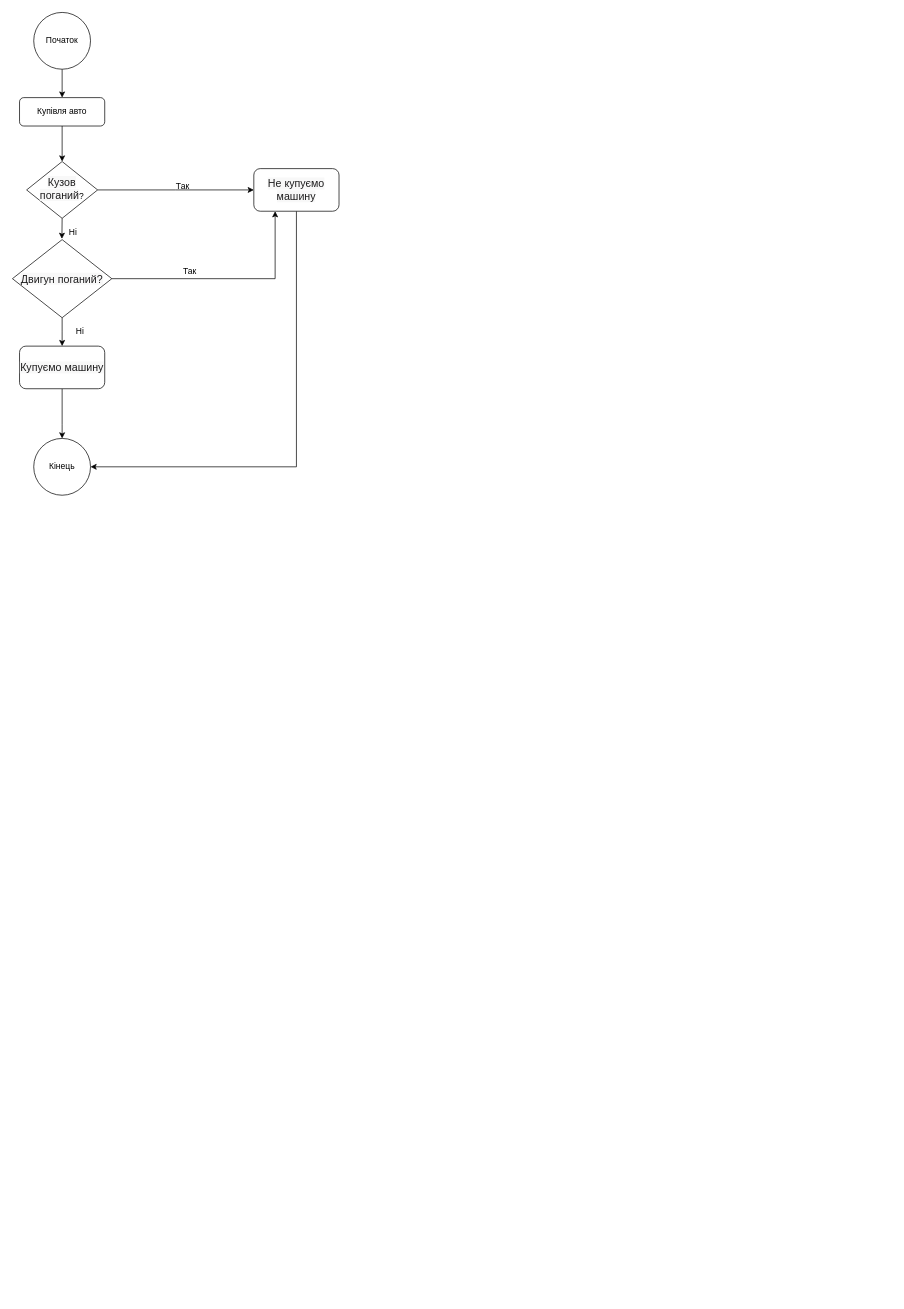
Above: lesson4/lesson4.drawio in lukianenkovitalii/intelistart (draw.io), before the change. Source tidied: cells renumbered, new cells numbered last; positions are measured from the earlier drawing's top-left corner, leaving out a move shared by most shapes. Both pictures are drawn from the tidied source at 71%, with x=0, y=0 at pixel (12, 12).
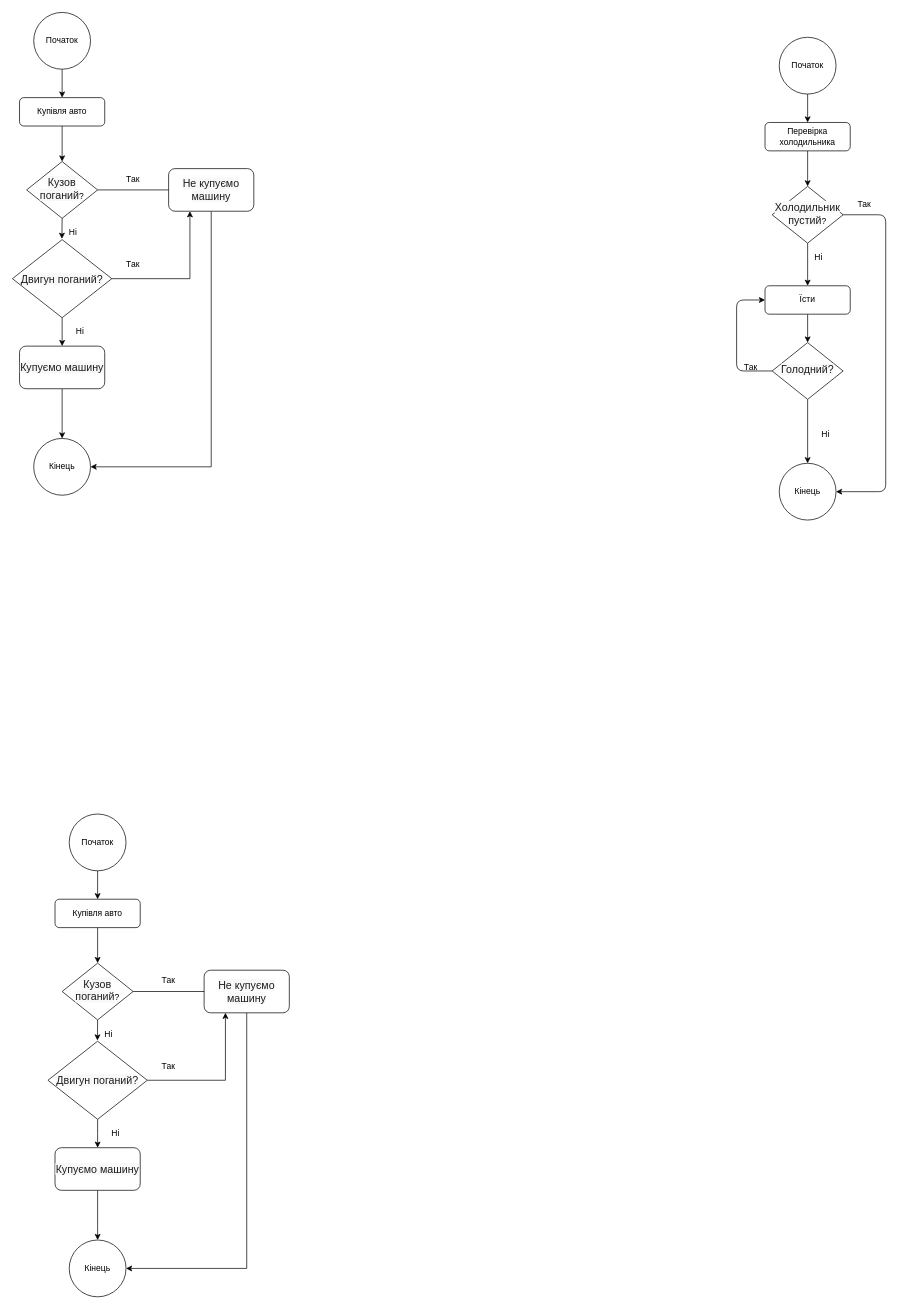
The same diagram, later.

The change refers to these unchanged cells:
```xml
<mxCell id="6" value="&lt;span style=&quot;color: rgb(29, 28, 29); font-family: Slack-Lato, Slack-Fractions, appleLogo, sans-serif; font-size: 15px; font-variant-ligatures: common-ligatures; text-align: left; background-color: rgb(248, 248, 248);&quot;&gt;Кузов поганий&lt;/span&gt;?" style="rhombus;whiteSpace=wrap;html=1;shadow=0;fontFamily=Helvetica;fontSize=12;align=center;strokeWidth=1;spacing=6;spacingTop=-4;" parent="1" vertex="1">
  <mxGeometry x="20" y="210" width="100" height="80" as="geometry" />
</mxCell>
<mxCell id="10" value="Кінець" style="ellipse;whiteSpace=wrap;html=1;" parent="1" vertex="1">
  <mxGeometry x="30" y="600" width="80" height="80" as="geometry" />
</mxCell>
```

Change to the diagram source:
```diff
@@
-    <mxCell id="4" style="edgeStyle=orthogonalEdgeStyle;rounded=0;jettySize=auto;html=1;exitX=1;exitY=0.5;exitDx=0;exitDy=0;" parent="1" edge="1" source="6">
+    <mxCell id="4" style="edgeStyle=orthogonalEdgeStyle;rounded=0;jettySize=auto;html=1;exitX=1;exitY=0.5;exitDx=0;exitDy=0;startArrow=none;" parent="1" edge="1" source="9">
       <mxGeometry relative="1" as="geometry">
         <mxPoint x="340" y="250" as="targetPoint" />
       </mxGeometry>
     </mxCell>
@@
     <mxCell id="7" value="Так" style="text;html=1;strokeColor=none;fillColor=none;align=center;verticalAlign=middle;whiteSpace=wrap;rounded=0;" parent="1" vertex="1">
-      <mxGeometry x="210" y="230" width="60" height="30" as="geometry" />
+      <mxGeometry x="140" y="220" width="60" height="30" as="geometry" />
     </mxCell>
     <mxCell id="8" style="edgeStyle=orthogonalEdgeStyle;rounded=0;jettySize=auto;html=1;exitX=0.5;exitY=1;exitDx=0;exitDy=0;" parent="1" edge="1" source="9" target="10">
       <mxGeometry relative="1" as="geometry">
         <Array as="points">
-          <mxPoint x="400" y="640" />
+          <mxPoint x="280" y="640" />
         </Array>
       </mxGeometry>
     </mxCell>
-    <mxCell id="9" value="&lt;span style=&quot;color: rgb(29, 28, 29); font-family: Slack-Lato, Slack-Fractions, appleLogo, sans-serif; font-size: 15px; font-variant-ligatures: common-ligatures; text-align: left; background-color: rgb(248, 248, 248);&quot;&gt;Не купуємо машину&lt;/span&gt;" style="rounded=1;whiteSpace=wrap;html=1;" parent="1" vertex="1">
-      <mxGeometry x="340" y="220" width="120" height="60" as="geometry" />
-    </mxCell>
@@
     <mxCell id="15" value="Так" style="text;html=1;strokeColor=none;fillColor=none;align=center;verticalAlign=middle;whiteSpace=wrap;rounded=0;" parent="1" vertex="1">
-      <mxGeometry x="220" y="350" width="60" height="30" as="geometry" />
+      <mxGeometry x="140" y="340" width="60" height="30" as="geometry" />
     </mxCell>
@@
+    <mxCell id="21" style="edgeStyle=orthogonalEdgeStyle;rounded=0;jettySize=auto;html=1;exitX=0.5;exitY=1;exitDx=0;exitDy=0;entryX=0.5;entryY=0;entryDx=0;entryDy=0;" parent="1" edge="1" source="22" target="25">
+      <mxGeometry relative="1" as="geometry" />
+    </mxCell>
+    <mxCell id="22" value="Перевірка холодильника" style="rounded=1;whiteSpace=wrap;html=1;fontSize=12;glass=0;strokeWidth=1;shadow=0;" parent="1" vertex="1">
+      <mxGeometry x="1060" y="155" width="120" height="40" as="geometry" />
+    </mxCell>
+    <mxCell id="23" style="edgeStyle=orthogonalEdgeStyle;rounded=0;jettySize=auto;html=1;exitX=0.5;exitY=1;exitDx=0;exitDy=0;entryX=0.5;entryY=0;entryDx=0;entryDy=0;" parent="1" edge="1" source="25" target="32">
+      <mxGeometry relative="1" as="geometry" />
+    </mxCell>
+    <mxCell id="24" style="edgeStyle=orthogonalEdgeStyle;html=1;fontSize=12;entryX=1;entryY=0.5;entryDx=0;entryDy=0;" parent="1" edge="1" source="25" target="27">
+      <mxGeometry relative="1" as="geometry">
+        <Array as="points">
+          <mxPoint x="1230" y="285" />
+          <mxPoint x="1230" y="675" />
+        </Array>
+      </mxGeometry>
+    </mxCell>
+    <mxCell id="25" value="&lt;span style=&quot;color: rgb(29 , 28 , 29) ; font-family: , , &amp;#34;applelogo&amp;#34; , sans-serif ; font-size: 15px ; text-align: left ; background-color: rgb(248 , 248 , 248)&quot;&gt;Холодильник пустий&lt;/span&gt;?" style="rhombus;whiteSpace=wrap;html=1;shadow=0;fontFamily=Helvetica;fontSize=12;align=center;strokeWidth=1;spacing=6;spacingTop=-4;" parent="1" vertex="1">
+      <mxGeometry x="1070" y="245" width="100" height="80" as="geometry" />
+    </mxCell>
+    <mxCell id="26" value="Так" style="text;html=1;strokeColor=none;fillColor=none;align=center;verticalAlign=middle;whiteSpace=wrap;rounded=0;" parent="1" vertex="1">
+      <mxGeometry x="1170" y="255" width="60" height="30" as="geometry" />
+    </mxCell>
+    <mxCell id="27" value="Кінець" style="ellipse;whiteSpace=wrap;html=1;" parent="1" vertex="1">
+      <mxGeometry x="1080" y="635" width="80" height="80" as="geometry" />
+    </mxCell>
+    <mxCell id="28" value="Ні" style="text;html=1;align=center;verticalAlign=middle;fillColor=none;strokeColor=none;rounded=0;" parent="1" vertex="1">
+      <mxGeometry x="1120" y="335" width="30" height="20" as="geometry" />
+    </mxCell>
+    <mxCell id="29" style="edgeStyle=orthogonalEdgeStyle;rounded=0;jettySize=auto;html=1;entryX=0.5;entryY=0;entryDx=0;entryDy=0;" parent="1" edge="1" source="30" target="22">
+      <mxGeometry relative="1" as="geometry" />
+    </mxCell>
+    <mxCell id="30" value="Початок" style="ellipse;whiteSpace=wrap;html=1;" parent="1" vertex="1">
+      <mxGeometry x="1080" y="35" width="80" height="80" as="geometry" />
+    </mxCell>
+    <mxCell id="31" style="edgeStyle=orthogonalEdgeStyle;html=1;entryX=0.5;entryY=0;entryDx=0;entryDy=0;fontSize=12;" parent="1" edge="1" source="32" target="35">
+      <mxGeometry relative="1" as="geometry" />
+    </mxCell>
+    <mxCell id="32" value="Їсти" style="rounded=1;whiteSpace=wrap;html=1;fontSize=12;glass=0;strokeWidth=1;shadow=0;" parent="1" vertex="1">
+      <mxGeometry x="1060" y="385" width="120" height="40" as="geometry" />
+    </mxCell>
+    <mxCell id="33" style="edgeStyle=orthogonalEdgeStyle;html=1;exitX=0;exitY=0.5;exitDx=0;exitDy=0;fontSize=12;entryX=0;entryY=0.5;entryDx=0;entryDy=0;" parent="1" edge="1" source="35" target="32">
+      <mxGeometry relative="1" as="geometry">
+        <Array as="points">
+          <mxPoint x="1020" y="505" />
+          <mxPoint x="1020" y="405" />
+        </Array>
+      </mxGeometry>
+    </mxCell>
+    <mxCell id="34" style="edgeStyle=orthogonalEdgeStyle;html=1;entryX=0.5;entryY=0;entryDx=0;entryDy=0;fontSize=12;" parent="1" edge="1" source="35" target="27">
+      <mxGeometry relative="1" as="geometry" />
+    </mxCell>
+    <mxCell id="35" value="&lt;div style=&quot;text-align: left&quot;&gt;&lt;font color=&quot;#1d1c1d&quot;&gt;&lt;span style=&quot;font-size: 15px ; background-color: rgb(248 , 248 , 248)&quot;&gt;Голодний?&lt;/span&gt;&lt;/font&gt;&lt;/div&gt;" style="rhombus;whiteSpace=wrap;html=1;shadow=0;fontFamily=Helvetica;fontSize=12;align=center;strokeWidth=1;spacing=6;spacingTop=-4;" parent="1" vertex="1">
+      <mxGeometry x="1070" y="465" width="100" height="80" as="geometry" />
+    </mxCell>
+    <mxCell id="36" value="Ні" style="text;html=1;align=center;verticalAlign=middle;fillColor=none;strokeColor=none;rounded=0;" parent="1" vertex="1">
+      <mxGeometry x="1130" y="585" width="30" height="20" as="geometry" />
+    </mxCell>
+    <mxCell id="37" value="Так" style="text;html=1;strokeColor=none;fillColor=none;align=center;verticalAlign=middle;whiteSpace=wrap;rounded=0;" parent="1" vertex="1">
+      <mxGeometry x="1010" y="485" width="60" height="30" as="geometry" />
+    </mxCell>
+    <mxCell id="9" value="&lt;span style=&quot;color: rgb(29, 28, 29); font-family: Slack-Lato, Slack-Fractions, appleLogo, sans-serif; font-size: 15px; font-variant-ligatures: common-ligatures; text-align: left; background-color: rgb(248, 248, 248);&quot;&gt;Не купуємо машину&lt;/span&gt;" style="rounded=1;whiteSpace=wrap;html=1;" parent="1" vertex="1">
+      <mxGeometry x="220" y="220" width="120" height="60" as="geometry" />
+    </mxCell>
+    <mxCell id="38" style="edgeStyle=orthogonalEdgeStyle;rounded=0;jettySize=auto;html=1;exitX=1;exitY=0.5;exitDx=0;exitDy=0;endArrow=none;" parent="1" edge="1" source="6" target="9">
+      <mxGeometry relative="1" as="geometry" />
+    </mxCell>
+    <mxCell id="39" style="edgeStyle=orthogonalEdgeStyle;rounded=0;jettySize=auto;html=1;exitX=0.5;exitY=1;exitDx=0;exitDy=0;entryX=0.5;entryY=0;entryDx=0;entryDy=0;" parent="1" edge="1" source="40" target="43">
+      <mxGeometry relative="1" as="geometry" />
+    </mxCell>
+    <mxCell id="40" value="Купівля авто" style="rounded=1;whiteSpace=wrap;html=1;fontSize=12;glass=0;strokeWidth=1;shadow=0;" parent="1" vertex="1">
+      <mxGeometry x="60" y="1249" width="120" height="40" as="geometry" />
+    </mxCell>
+    <mxCell id="41" style="edgeStyle=orthogonalEdgeStyle;rounded=0;jettySize=auto;html=1;exitX=1;exitY=0.5;exitDx=0;exitDy=0;startArrow=none;" parent="1" edge="1" source="57">
+      <mxGeometry relative="1" as="geometry">
+        <mxPoint x="390" y="1379" as="targetPoint" />
+      </mxGeometry>
+    </mxCell>
+    <mxCell id="42" style="edgeStyle=orthogonalEdgeStyle;rounded=0;jettySize=auto;html=1;exitX=0.5;exitY=1;exitDx=0;exitDy=0;entryX=-0.01;entryY=0.946;entryDx=0;entryDy=0;entryPerimeter=0;" parent="1" edge="1" source="43" target="50">
+      <mxGeometry relative="1" as="geometry" />
+    </mxCell>
+    <mxCell id="43" value="&lt;span style=&quot;color: rgb(29, 28, 29); font-family: Slack-Lato, Slack-Fractions, appleLogo, sans-serif; font-size: 15px; font-variant-ligatures: common-ligatures; text-align: left; background-color: rgb(248, 248, 248);&quot;&gt;Кузов поганий&lt;/span&gt;?" style="rhombus;whiteSpace=wrap;html=1;shadow=0;fontFamily=Helvetica;fontSize=12;align=center;strokeWidth=1;spacing=6;spacingTop=-4;" parent="1" vertex="1">
+      <mxGeometry x="70" y="1339" width="100" height="80" as="geometry" />
+    </mxCell>
+    <mxCell id="44" value="Так" style="text;html=1;strokeColor=none;fillColor=none;align=center;verticalAlign=middle;whiteSpace=wrap;rounded=0;" parent="1" vertex="1">
+      <mxGeometry x="190" y="1349" width="60" height="30" as="geometry" />
+    </mxCell>
+    <mxCell id="45" style="edgeStyle=orthogonalEdgeStyle;rounded=0;jettySize=auto;html=1;exitX=0.5;exitY=1;exitDx=0;exitDy=0;" parent="1" edge="1" source="57" target="46">
+      <mxGeometry relative="1" as="geometry">
+        <Array as="points">
+          <mxPoint x="330" y="1769" />
+        </Array>
+      </mxGeometry>
+    </mxCell>
+    <mxCell id="46" value="Кінець" style="ellipse;whiteSpace=wrap;html=1;" parent="1" vertex="1">
+      <mxGeometry x="80" y="1729" width="80" height="80" as="geometry" />
+    </mxCell>
+    <mxCell id="47" style="edgeStyle=orthogonalEdgeStyle;rounded=0;jettySize=auto;html=1;exitX=1;exitY=0.5;exitDx=0;exitDy=0;entryX=0.25;entryY=1;entryDx=0;entryDy=0;" parent="1" edge="1" source="49" target="57">
+      <mxGeometry relative="1" as="geometry" />
+    </mxCell>
+    <mxCell id="48" style="edgeStyle=orthogonalEdgeStyle;rounded=0;jettySize=auto;html=1;" parent="1" edge="1" source="49">
+      <mxGeometry relative="1" as="geometry">
+        <mxPoint x="120" y="1599" as="targetPoint" />
+      </mxGeometry>
+    </mxCell>
+    <mxCell id="49" value="&lt;span style=&quot;color: rgb(29, 28, 29); font-family: Slack-Lato, Slack-Fractions, appleLogo, sans-serif; font-size: 15px; font-variant-ligatures: common-ligatures; text-align: left; background-color: rgb(248, 248, 248);&quot;&gt;Двигун поганий?&lt;/span&gt;" style="rhombus;whiteSpace=wrap;html=1;" parent="1" vertex="1">
+      <mxGeometry x="50" y="1449" width="140" height="110" as="geometry" />
+    </mxCell>
+    <mxCell id="50" value="Ні" style="text;html=1;align=center;verticalAlign=middle;points=[];fillColor=none;strokeColor=none;rounded=0;" parent="1" vertex="1">
+      <mxGeometry x="120" y="1429" width="30" height="20" as="geometry" />
+    </mxCell>
+    <mxCell id="51" value="Так" style="text;html=1;strokeColor=none;fillColor=none;align=center;verticalAlign=middle;whiteSpace=wrap;rounded=0;" parent="1" vertex="1">
+      <mxGeometry x="190" y="1469" width="60" height="30" as="geometry" />
+    </mxCell>
+    <mxCell id="52" style="edgeStyle=orthogonalEdgeStyle;rounded=0;jettySize=auto;html=1;exitX=0.5;exitY=1;exitDx=0;exitDy=0;entryX=0.5;entryY=0;entryDx=0;entryDy=0;" parent="1" edge="1" source="53" target="46">
+      <mxGeometry relative="1" as="geometry">
+        <Array as="points">
+          <mxPoint x="120" y="1709" />
+          <mxPoint x="120" y="1709" />
+        </Array>
+      </mxGeometry>
+    </mxCell>
+    <mxCell id="53" value="&lt;span style=&quot;color: rgb(29, 28, 29); font-family: Slack-Lato, Slack-Fractions, appleLogo, sans-serif; font-size: 15px; font-variant-ligatures: common-ligatures; text-align: left; background-color: rgb(248, 248, 248);&quot;&gt;Купуємо машину&lt;/span&gt;" style="rounded=1;whiteSpace=wrap;html=1;" parent="1" vertex="1">
+      <mxGeometry x="60" y="1599" width="120" height="60" as="geometry" />
+    </mxCell>
+    <mxCell id="54" style="edgeStyle=orthogonalEdgeStyle;rounded=0;jettySize=auto;html=1;entryX=0.5;entryY=0;entryDx=0;entryDy=0;" parent="1" edge="1" source="55" target="40">
+      <mxGeometry relative="1" as="geometry" />
+    </mxCell>
+    <mxCell id="55" value="Початок" style="ellipse;whiteSpace=wrap;html=1;" parent="1" vertex="1">
+      <mxGeometry x="80" y="1129" width="80" height="80" as="geometry" />
+    </mxCell>
+    <mxCell id="56" value="Ні" style="text;html=1;align=center;verticalAlign=middle;fillColor=none;strokeColor=none;rounded=0;" parent="1" vertex="1">
+      <mxGeometry x="130" y="1569" width="30" height="20" as="geometry" />
+    </mxCell>
+    <mxCell id="57" value="&lt;span style=&quot;color: rgb(29, 28, 29); font-family: Slack-Lato, Slack-Fractions, appleLogo, sans-serif; font-size: 15px; font-variant-ligatures: common-ligatures; text-align: left; background-color: rgb(248, 248, 248);&quot;&gt;Не купуємо машину&lt;/span&gt;" style="rounded=1;whiteSpace=wrap;html=1;" parent="1" vertex="1">
+      <mxGeometry x="270" y="1349" width="120" height="60" as="geometry" />
+    </mxCell>
+    <mxCell id="58" style="edgeStyle=orthogonalEdgeStyle;rounded=0;jettySize=auto;html=1;exitX=1;exitY=0.5;exitDx=0;exitDy=0;endArrow=none;" parent="1" edge="1" source="43" target="57">
+      <mxGeometry relative="1" as="geometry" />
+    </mxCell>
```
